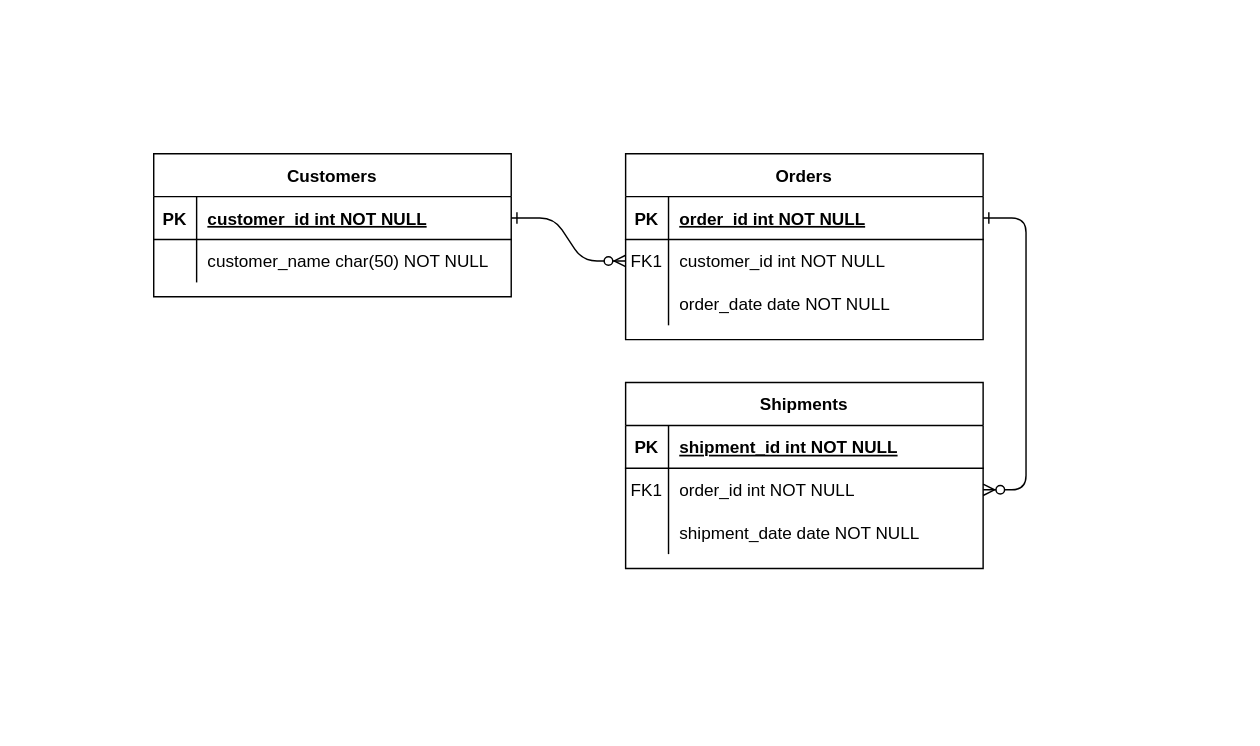
Before: database/migrations/Untitled Diagram.drawio in yashmali408/electro2-20-6-24, a draw.io diagram. Source tidied: cells renumbered, new cells numbered last; positions are measured from the earlier drawing's top-left corner, leaving out a move shared by most shapes. Both pictures are drawn from the tidied source at 143%, with x=0, y=0 at pixel (153, 153).
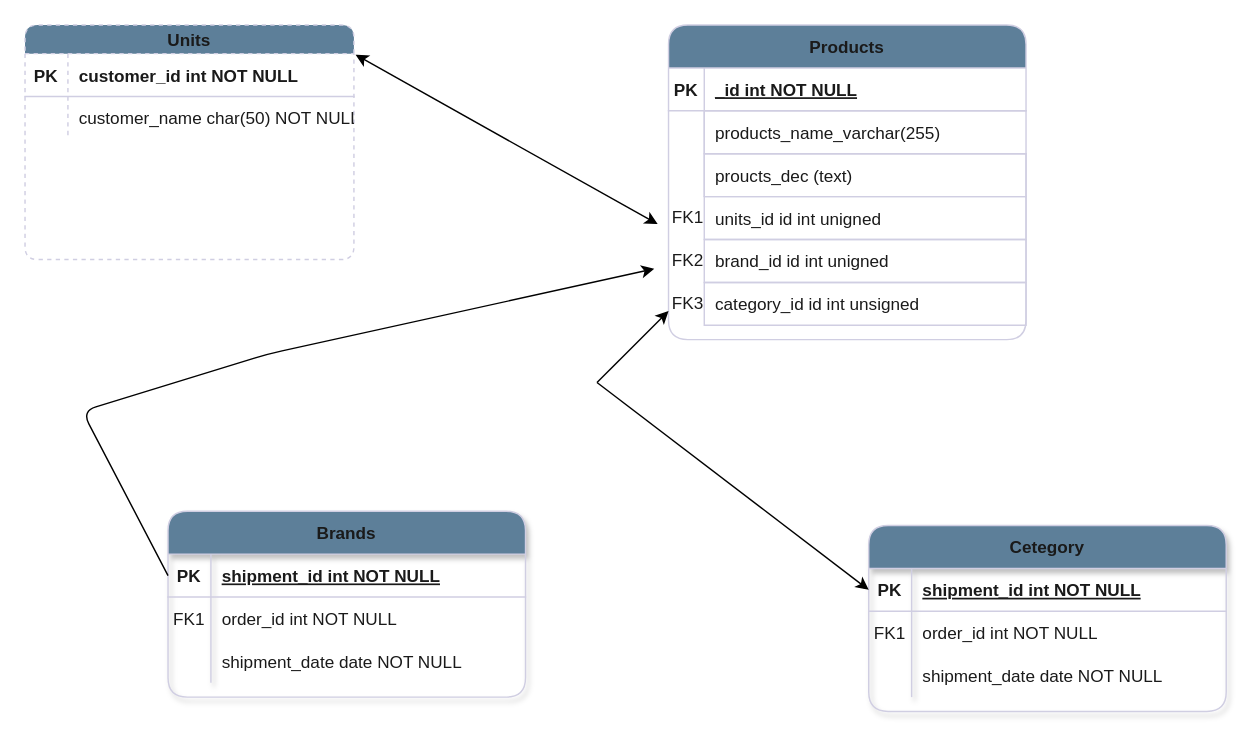
The same diagram, later.

Change to the diagram source:
```diff
@@
-    <mxCell id="2" style="edgeStyle=entityRelationEdgeStyle;endArrow=ERzeroToMany;startArrow=ERone;endFill=1;startFill=0;" parent="1" edge="1" source="25" target="8">
-      <mxGeometry relative="1" as="geometry" />
-    </mxCell>
-    <mxCell id="3" style="edgeStyle=entityRelationEdgeStyle;endArrow=ERzeroToMany;startArrow=ERone;endFill=1;startFill=0;" parent="1" edge="1" source="5" target="18">
-      <mxGeometry relative="1" as="geometry" />
-    </mxCell>
-    <mxCell id="4" value="Orders" style="shape=table;startSize=30;childLayout=tableLayout;rowLines=0;fontStyle=1;align=center;" parent="1" vertex="1">
-      <mxGeometry x="330" width="250" height="130" as="geometry" />
+    <mxCell id="4" value="Products" style="shape=table;startSize=30;childLayout=tableLayout;rowLines=0;fontStyle=1;align=center;labelBackgroundColor=none;fillColor=#5D7F99;strokeColor=#D0CEE2;fontColor=#1A1A1A;rounded=1;" parent="1" vertex="1">
+      <mxGeometry x="360" y="-90" width="250" height="220" as="geometry" />
     </mxCell>
-    <mxCell id="5" style="shape=partialRectangle;fillColor=none;points=[[0,0.5],[1,0.5]];portConstraint=eastwest;top=0;left=0;right=0;bottom=1;" parent="4" vertex="1">
+    <mxCell id="5" style="shape=partialRectangle;fillColor=none;points=[[0,0.5],[1,0.5]];portConstraint=eastwest;top=0;left=0;right=0;bottom=1;labelBackgroundColor=none;strokeColor=#D0CEE2;fontColor=#1A1A1A;rounded=1;" parent="4" vertex="1">
       <mxGeometry y="30" width="250" height="30" as="geometry" />
     </mxCell>
-    <mxCell id="6" value="PK" style="shape=partialRectangle;overflow=hidden;fillColor=none;top=0;left=0;bottom=0;right=0;fontStyle=1;" parent="5" vertex="1">
-      <mxGeometry width="30" height="30" as="geometry" />
+    <mxCell id="6" value="PK" style="shape=partialRectangle;overflow=hidden;fillColor=none;top=0;left=0;bottom=0;right=0;fontStyle=1;labelBackgroundColor=none;strokeColor=#D0CEE2;fontColor=#1A1A1A;rounded=1;" parent="5" vertex="1">
+      <mxGeometry width="25" height="30" as="geometry" />
     </mxCell>
-    <mxCell id="7" value="order_id int NOT NULL " style="shape=partialRectangle;overflow=hidden;fillColor=none;top=0;left=0;bottom=0;right=0;align=left;spacingLeft=6;fontStyle=5;" parent="5" vertex="1">
-      <mxGeometry x="30" width="220" height="30" as="geometry" />
+    <mxCell id="7" value="_id int NOT NULL " style="shape=partialRectangle;overflow=hidden;fillColor=none;top=0;left=0;bottom=0;right=0;align=left;spacingLeft=6;fontStyle=5;labelBackgroundColor=none;strokeColor=#D0CEE2;fontColor=#1A1A1A;rounded=1;" parent="5" vertex="1">
+      <mxGeometry x="25" width="225" height="30" as="geometry" />
     </mxCell>
-    <mxCell id="8" style="shape=partialRectangle;fillColor=none;points=[[0,0.5],[1,0.5]];portConstraint=eastwest;top=0;left=0;right=0;bottom=0;" parent="4" vertex="1">
+    <mxCell id="8" style="shape=partialRectangle;fillColor=none;points=[[0,0.5],[1,0.5]];portConstraint=eastwest;top=0;left=0;right=0;bottom=0;labelBackgroundColor=none;strokeColor=#D0CEE2;fontColor=#1A1A1A;rounded=1;" parent="4" vertex="1">
       <mxGeometry y="60" width="250" height="30" as="geometry" />
     </mxCell>
-    <mxCell id="9" value="FK1" style="shape=partialRectangle;overflow=hidden;fillColor=none;top=0;left=0;bottom=0;right=0;" parent="8" vertex="1">
-      <mxGeometry width="30" height="30" as="geometry" />
+    <mxCell id="9" style="shape=partialRectangle;overflow=hidden;fillColor=none;top=0;left=0;bottom=0;right=0;labelBackgroundColor=none;strokeColor=#D0CEE2;fontColor=#1A1A1A;rounded=1;" parent="8" vertex="1">
+      <mxGeometry width="25" height="30" as="geometry" />
     </mxCell>
-    <mxCell id="10" value="customer_id int NOT NULL" style="shape=partialRectangle;overflow=hidden;fillColor=none;top=0;left=0;bottom=0;right=0;align=left;spacingLeft=6;" parent="8" vertex="1">
-      <mxGeometry x="30" width="220" height="30" as="geometry" />
+    <mxCell id="10" value="products_name_varchar(255)" style="shape=partialRectangle;overflow=hidden;fillColor=none;top=1;left=1;bottom=1;right=0;align=left;spacingLeft=6;labelBackgroundColor=none;strokeColor=#D0CEE2;fontColor=#1A1A1A;rounded=1;" parent="8" vertex="1">
+      <mxGeometry x="25" width="225" height="30" as="geometry" />
     </mxCell>
-    <mxCell id="11" style="shape=partialRectangle;fillColor=none;top=0;left=0;right=0;bottom=0;" parent="4" vertex="1">
+    <mxCell id="11" style="shape=partialRectangle;fillColor=none;top=0;left=0;right=0;bottom=0;labelBackgroundColor=none;strokeColor=#D0CEE2;fontColor=#1A1A1A;rounded=1;" parent="4" vertex="1">
       <mxGeometry y="90" width="250" height="30" as="geometry" />
     </mxCell>
-    <mxCell id="12" style="shape=partialRectangle;overflow=hidden;fillColor=none;top=0;left=0;bottom=0;right=0;" parent="11" vertex="1">
-      <mxGeometry width="30" height="30" as="geometry" />
+    <mxCell id="12" style="shape=partialRectangle;overflow=hidden;fillColor=none;top=0;left=0;bottom=0;right=0;labelBackgroundColor=none;strokeColor=#D0CEE2;fontColor=#1A1A1A;rounded=1;" parent="11" vertex="1">
+      <mxGeometry width="25" height="30" as="geometry" />
     </mxCell>
-    <mxCell id="13" value="order_date date NOT NULL" style="shape=partialRectangle;overflow=hidden;fillColor=none;top=0;left=0;bottom=0;right=0;align=left;spacingLeft=6;" parent="11" vertex="1">
-      <mxGeometry x="30" width="220" height="30" as="geometry" />
+    <mxCell id="13" value="proucts_dec (text)" style="shape=partialRectangle;overflow=hidden;fillColor=none;top=1;left=1;bottom=1;right=1;align=left;spacingLeft=6;labelBackgroundColor=none;labelBorderColor=none;textShadow=0;strokeColor=#D0CEE2;fontColor=#1A1A1A;rounded=1;" parent="11" vertex="1">
+      <mxGeometry x="25" width="225" height="30" as="geometry" />
     </mxCell>
+    <mxCell id="24" value="Units" style="shape=table;startSize=20;childLayout=tableLayout;rowLines=0;fontStyle=1;align=center;labelBackgroundColor=none;fillColor=#5D7F99;strokeColor=#D0CEE2;fontColor=#1A1A1A;dashed=1;rounded=1;" parent="1" vertex="1">
+      <mxGeometry x="-90" y="-90" width="230" height="164" as="geometry" />
+    </mxCell>
+    <mxCell id="25" style="shape=partialRectangle;fillColor=none;points=[[0,0.5],[1,0.5]];portConstraint=eastwest;top=0;left=0;right=0;bottom=1;fontStyle=0;labelBackgroundColor=none;strokeColor=#D0CEE2;fontColor=#1A1A1A;rounded=1;" parent="24" vertex="1">
+      <mxGeometry y="20" width="230" height="30" as="geometry" />
+    </mxCell>
+    <mxCell id="26" value="PK" style="shape=partialRectangle;overflow=hidden;fillColor=none;top=0;left=0;bottom=0;right=0;fontStyle=1;labelBackgroundColor=none;strokeColor=#D0CEE2;fontColor=#1A1A1A;rounded=1;" parent="25" vertex="1">
+      <mxGeometry width="30" height="30" as="geometry" />
+    </mxCell>
+    <mxCell id="27" value="customer_id int NOT NULL " style="shape=partialRectangle;overflow=hidden;fillColor=none;top=0;left=0;bottom=0;right=0;align=left;spacingLeft=6;fontStyle=1;labelBackgroundColor=none;strokeColor=#D0CEE2;fontColor=#1A1A1A;rounded=1;" parent="25" vertex="1">
+      <mxGeometry x="30" width="200" height="30" as="geometry" />
+    </mxCell>
+    <mxCell id="28" style="shape=partialRectangle;fillColor=none;top=0;left=0;right=0;bottom=0;fontStyle=0;labelBackgroundColor=none;strokeColor=#D0CEE2;fontColor=#1A1A1A;rounded=1;" parent="24" vertex="1">
+      <mxGeometry y="50" width="230" height="30" as="geometry" />
+    </mxCell>
+    <mxCell id="29" style="shape=partialRectangle;overflow=hidden;fillColor=none;top=0;left=0;bottom=0;right=0;fontStyle=0;labelBackgroundColor=none;strokeColor=#D0CEE2;fontColor=#1A1A1A;rounded=1;" parent="28" vertex="1">
+      <mxGeometry width="30" height="30" as="geometry" />
+    </mxCell>
+    <mxCell id="30" value="customer_name char(50) NOT NULL" style="shape=partialRectangle;overflow=hidden;fillColor=none;top=0;left=0;bottom=0;right=0;align=left;spacingLeft=6;fontStyle=0;labelBackgroundColor=none;strokeColor=#D0CEE2;fontColor=#1A1A1A;rounded=1;" parent="28" vertex="1">
+      <mxGeometry x="30" width="200" height="30" as="geometry" />
+    </mxCell>
-    <mxCell id="14" value="Shipments" style="shape=table;startSize=30;childLayout=tableLayout;rowLines=0;fontStyle=1;align=center;" parent="1" vertex="1">
-      <mxGeometry x="330" y="160" width="250" height="130" as="geometry" />
+    <mxCell id="14" value="Cetegory" style="shape=table;startSize=30;childLayout=tableLayout;rowLines=0;fontStyle=1;align=center;shadow=1;labelBackgroundColor=none;fillColor=#5D7F99;strokeColor=#D0CEE2;fontColor=#1A1A1A;rounded=1;" parent="1" vertex="1">
+      <mxGeometry x="500" y="260" width="250" height="130" as="geometry" />
     </mxCell>
-    <mxCell id="15" style="shape=partialRectangle;fillColor=none;points=[[0,0.5],[1,0.5]];portConstraint=eastwest;top=0;left=0;right=0;bottom=1;" parent="14" vertex="1">
+    <mxCell id="15" style="shape=partialRectangle;fillColor=none;points=[[0,0.5],[1,0.5]];portConstraint=eastwest;top=0;left=0;right=0;bottom=1;labelBackgroundColor=none;strokeColor=#D0CEE2;fontColor=#1A1A1A;rounded=1;" parent="14" vertex="1">
       <mxGeometry y="30" width="250" height="30" as="geometry" />
     </mxCell>
-    <mxCell id="16" value="PK" style="shape=partialRectangle;overflow=hidden;fillColor=none;top=0;left=0;bottom=0;right=0;fontStyle=1;" parent="15" vertex="1">
+    <mxCell id="16" value="PK" style="shape=partialRectangle;overflow=hidden;fillColor=none;top=0;left=0;bottom=0;right=0;fontStyle=1;labelBackgroundColor=none;strokeColor=#D0CEE2;fontColor=#1A1A1A;rounded=1;" parent="15" vertex="1">
       <mxGeometry width="30" height="30" as="geometry" />
     </mxCell>
-    <mxCell id="17" value="shipment_id int NOT NULL " style="shape=partialRectangle;overflow=hidden;fillColor=none;top=0;left=0;bottom=0;right=0;align=left;spacingLeft=6;fontStyle=5;" parent="15" vertex="1">
+    <mxCell id="17" value="shipment_id int NOT NULL " style="shape=partialRectangle;overflow=hidden;fillColor=none;top=0;left=0;bottom=0;right=0;align=left;spacingLeft=6;fontStyle=5;labelBackgroundColor=none;strokeColor=#D0CEE2;fontColor=#1A1A1A;rounded=1;" parent="15" vertex="1">
       <mxGeometry x="30" width="220" height="30" as="geometry" />
     </mxCell>
-    <mxCell id="18" style="shape=partialRectangle;fillColor=none;points=[[0,0.5],[1,0.5]];portConstraint=eastwest;top=0;left=0;right=0;bottom=0;" parent="14" vertex="1">
+    <mxCell id="18" style="shape=partialRectangle;fillColor=none;points=[[0,0.5],[1,0.5]];portConstraint=eastwest;top=0;left=0;right=0;bottom=0;labelBackgroundColor=none;strokeColor=#D0CEE2;fontColor=#1A1A1A;rounded=1;" parent="14" vertex="1">
       <mxGeometry y="60" width="250" height="30" as="geometry" />
     </mxCell>
-    <mxCell id="19" value="FK1" style="shape=partialRectangle;overflow=hidden;fillColor=none;top=0;left=0;bottom=0;right=0;" parent="18" vertex="1">
+    <mxCell id="19" value="FK1" style="shape=partialRectangle;overflow=hidden;fillColor=none;top=0;left=0;bottom=0;right=0;labelBackgroundColor=none;strokeColor=#D0CEE2;fontColor=#1A1A1A;rounded=1;" parent="18" vertex="1">
       <mxGeometry width="30" height="30" as="geometry" />
     </mxCell>
-    <mxCell id="20" value="order_id int NOT NULL" style="shape=partialRectangle;overflow=hidden;fillColor=none;top=0;left=0;bottom=0;right=0;align=left;spacingLeft=6;" parent="18" vertex="1">
+    <mxCell id="20" value="order_id int NOT NULL" style="shape=partialRectangle;overflow=hidden;fillColor=none;top=0;left=0;bottom=0;right=0;align=left;spacingLeft=6;labelBackgroundColor=none;strokeColor=#D0CEE2;fontColor=#1A1A1A;rounded=1;" parent="18" vertex="1">
       <mxGeometry x="30" width="220" height="30" as="geometry" />
     </mxCell>
-    <mxCell id="21" style="shape=partialRectangle;fillColor=none;top=0;left=0;right=0;bottom=0;" parent="14" vertex="1">
+    <mxCell id="21" style="shape=partialRectangle;fillColor=none;top=0;left=0;right=0;bottom=0;labelBackgroundColor=none;strokeColor=#D0CEE2;fontColor=#1A1A1A;rounded=1;" parent="14" vertex="1">
       <mxGeometry y="90" width="250" height="30" as="geometry" />
     </mxCell>
-    <mxCell id="22" style="shape=partialRectangle;overflow=hidden;fillColor=none;top=0;left=0;bottom=0;right=0;" parent="21" vertex="1">
+    <mxCell id="22" style="shape=partialRectangle;overflow=hidden;fillColor=none;top=0;left=0;bottom=0;right=0;labelBackgroundColor=none;strokeColor=#D0CEE2;fontColor=#1A1A1A;rounded=1;" parent="21" vertex="1">
       <mxGeometry width="30" height="30" as="geometry" />
     </mxCell>
-    <mxCell id="23" value="shipment_date date NOT NULL" style="shape=partialRectangle;overflow=hidden;fillColor=none;top=0;left=0;bottom=0;right=0;align=left;spacingLeft=6;" parent="21" vertex="1">
+    <mxCell id="23" value="shipment_date date NOT NULL" style="shape=partialRectangle;overflow=hidden;fillColor=none;top=0;left=0;bottom=0;right=0;align=left;spacingLeft=6;labelBackgroundColor=none;strokeColor=#D0CEE2;fontColor=#1A1A1A;rounded=1;" parent="21" vertex="1">
       <mxGeometry x="30" width="220" height="30" as="geometry" />
     </mxCell>
-    <mxCell id="24" value="Customers" style="shape=table;startSize=30;childLayout=tableLayout;rowLines=0;fontStyle=1;align=center;" parent="1" vertex="1">
-      <mxGeometry width="250" height="100" as="geometry" />
-    </mxCell>
-    <mxCell id="25" style="shape=partialRectangle;fillColor=none;points=[[0,0.5],[1,0.5]];portConstraint=eastwest;top=0;left=0;right=0;bottom=1;" parent="24" vertex="1">
-      <mxGeometry y="30" width="250" height="30" as="geometry" />
-    </mxCell>
-    <mxCell id="26" value="PK" style="shape=partialRectangle;overflow=hidden;fillColor=none;top=0;left=0;bottom=0;right=0;fontStyle=1;" parent="25" vertex="1">
-      <mxGeometry width="30" height="30" as="geometry" />
-    </mxCell>
-    <mxCell id="27" value="customer_id int NOT NULL " style="shape=partialRectangle;overflow=hidden;fillColor=none;top=0;left=0;bottom=0;right=0;align=left;spacingLeft=6;fontStyle=5;" parent="25" vertex="1">
-      <mxGeometry x="30" width="220" height="30" as="geometry" />
-    </mxCell>
-    <mxCell id="28" style="shape=partialRectangle;fillColor=none;top=0;left=0;right=0;bottom=0;" parent="24" vertex="1">
-      <mxGeometry y="60" width="250" height="30" as="geometry" />
-    </mxCell>
-    <mxCell id="29" style="shape=partialRectangle;overflow=hidden;fillColor=none;top=0;left=0;bottom=0;right=0;" parent="28" vertex="1">
-      <mxGeometry width="30" height="30" as="geometry" />
-    </mxCell>
-    <mxCell id="30" value="customer_name char(50) NOT NULL" style="shape=partialRectangle;overflow=hidden;fillColor=none;top=0;left=0;bottom=0;right=0;align=left;spacingLeft=6;" parent="28" vertex="1">
-      <mxGeometry x="30" width="220" height="30" as="geometry" />
-    </mxCell>
+    <mxCell id="31" style="shape=partialRectangle;overflow=hidden;fillColor=none;top=0;left=0;bottom=0;right=0;align=left;spacingLeft=6;labelBackgroundColor=none;strokeColor=#D0CEE2;fontColor=#1A1A1A;rounded=1;" parent="1" vertex="1">
+      <mxGeometry x="100" y="160" width="220" height="30" as="geometry" />
+    </mxCell>
+    <mxCell id="32" value="Brands" style="shape=table;startSize=30;childLayout=tableLayout;rowLines=0;fontStyle=1;align=center;shadow=1;labelBackgroundColor=none;fillColor=#5D7F99;strokeColor=#D0CEE2;fontColor=#1A1A1A;rounded=1;" parent="1" vertex="1">
+      <mxGeometry x="10" y="250" width="250" height="130" as="geometry" />
+    </mxCell>
+    <mxCell id="33" style="shape=partialRectangle;fillColor=none;points=[[0,0.5],[1,0.5]];portConstraint=eastwest;top=0;left=0;right=0;bottom=1;labelBackgroundColor=none;strokeColor=#D0CEE2;fontColor=#1A1A1A;rounded=1;" parent="32" vertex="1">
+      <mxGeometry y="30" width="250" height="30" as="geometry" />
+    </mxCell>
+    <mxCell id="34" value="PK" style="shape=partialRectangle;overflow=hidden;fillColor=none;top=0;left=0;bottom=0;right=0;fontStyle=1;labelBackgroundColor=none;strokeColor=#D0CEE2;fontColor=#1A1A1A;rounded=1;" parent="33" vertex="1">
+      <mxGeometry width="30" height="30" as="geometry" />
+    </mxCell>
+    <mxCell id="35" value="shipment_id int NOT NULL " style="shape=partialRectangle;overflow=hidden;fillColor=none;top=0;left=0;bottom=0;right=0;align=left;spacingLeft=6;fontStyle=5;labelBackgroundColor=none;strokeColor=#D0CEE2;fontColor=#1A1A1A;rounded=1;" parent="33" vertex="1">
+      <mxGeometry x="30" width="220" height="30" as="geometry" />
+    </mxCell>
+    <mxCell id="36" style="shape=partialRectangle;fillColor=none;top=0;left=0;right=0;bottom=0;labelBackgroundColor=none;strokeColor=#D0CEE2;fontColor=#1A1A1A;rounded=1;" parent="32" vertex="1">
+      <mxGeometry y="60" width="250" height="30" as="geometry" />
+    </mxCell>
+    <mxCell id="37" value="FK1" style="shape=partialRectangle;overflow=hidden;fillColor=none;top=0;left=0;bottom=0;right=0;labelBackgroundColor=none;strokeColor=#D0CEE2;fontColor=#1A1A1A;rounded=1;" parent="36" vertex="1">
+      <mxGeometry width="30" height="30" as="geometry" />
+    </mxCell>
+    <mxCell id="38" value="order_id int NOT NULL" style="shape=partialRectangle;overflow=hidden;fillColor=none;top=0;left=0;bottom=0;right=0;align=left;spacingLeft=6;labelBackgroundColor=none;strokeColor=#D0CEE2;fontColor=#1A1A1A;rounded=1;" parent="36" vertex="1">
+      <mxGeometry x="30" width="220" height="30" as="geometry" />
+    </mxCell>
+    <mxCell id="39" style="shape=partialRectangle;fillColor=none;top=0;left=0;right=0;bottom=0;labelBackgroundColor=none;strokeColor=#D0CEE2;fontColor=#1A1A1A;rounded=1;" parent="32" vertex="1">
+      <mxGeometry y="90" width="250" height="30" as="geometry" />
+    </mxCell>
+    <mxCell id="40" style="shape=partialRectangle;overflow=hidden;fillColor=none;top=0;left=0;bottom=0;right=0;labelBackgroundColor=none;strokeColor=#D0CEE2;fontColor=#1A1A1A;rounded=1;" parent="39" vertex="1">
+      <mxGeometry width="30" height="30" as="geometry" />
+    </mxCell>
+    <mxCell id="41" value="shipment_date date NOT NULL" style="shape=partialRectangle;overflow=hidden;fillColor=none;top=0;left=0;bottom=0;right=0;align=left;spacingLeft=6;labelBackgroundColor=none;strokeColor=#D0CEE2;fontColor=#1A1A1A;rounded=1;" parent="39" vertex="1">
+      <mxGeometry x="30" width="220" height="30" as="geometry" />
+    </mxCell>
+    <mxCell id="42" value="units_id id int unigned" style="shape=partialRectangle;overflow=hidden;fillColor=none;top=1;left=1;bottom=1;right=1;align=left;spacingLeft=6;labelBackgroundColor=none;strokeColor=#D0CEE2;fontColor=#1A1A1A;rounded=1;" parent="1" vertex="1">
+      <mxGeometry x="385" y="30" width="225" height="30" as="geometry" />
+    </mxCell>
+    <mxCell id="43" value="brand_id id int unigned" style="shape=partialRectangle;overflow=hidden;fillColor=none;top=1;left=1;bottom=1;right=1;align=left;spacingLeft=6;labelBackgroundColor=none;strokeColor=#D0CEE2;fontColor=#1A1A1A;rounded=1;" parent="1" vertex="1">
+      <mxGeometry x="385" y="60" width="225" height="30" as="geometry" />
+    </mxCell>
+    <mxCell id="44" value="category_id id int unsigned" style="shape=partialRectangle;overflow=hidden;fillColor=none;top=1;left=1;bottom=1;right=1;align=left;spacingLeft=6;labelBackgroundColor=none;strokeColor=#D0CEE2;fontColor=#1A1A1A;rounded=1;" parent="1" vertex="1">
+      <mxGeometry x="385" y="90" width="225" height="30" as="geometry" />
+    </mxCell>
+    <mxCell id="45" value="FK1&amp;nbsp;" style="text;html=1;align=center;verticalAlign=middle;points=[];strokeColor=none;fillColor=none;absoluteArcSize=0;imageAspect=1;noLabel=0;portConstraintRotation=0;fixDash=0;comic=0;enumerate=0;labelBackgroundColor=none;fontColor=#1A1A1A;rounded=1;" parent="1" vertex="1">
+      <mxGeometry x="350" y="30" width="50" height="30" as="geometry" />
+    </mxCell>
+    <mxCell id="46" value="FK2&amp;nbsp;" style="text;html=1;align=center;verticalAlign=middle;points=[];strokeColor=none;fillColor=none;labelBackgroundColor=none;fontColor=#1A1A1A;rounded=1;" parent="1" vertex="1">
+      <mxGeometry x="350" y="60" width="50" height="30" as="geometry" />
+    </mxCell>
+    <mxCell id="47" value="FK3&amp;nbsp;" style="text;html=1;align=center;verticalAlign=middle;strokeColor=none;fillColor=none;labelBackgroundColor=none;fontColor=#1A1A1A;rounded=1;" parent="1" vertex="1">
+      <mxGeometry x="350" y="90" width="50" height="30" as="geometry" />
+    </mxCell>
+    <mxCell id="48" style="endArrow=classic;startArrow=classic;html=1;rounded=1;entryX=0.048;entryY=0.64;entryDx=0;entryDy=0;entryPerimeter=0;exitX=1.005;exitY=0.027;exitDx=0;exitDy=0;exitPerimeter=0;" parent="1" edge="1" source="25" target="45">
+      <mxGeometry relative="1" as="geometry" />
+    </mxCell>
+    <mxCell id="49" style="endArrow=classic;html=1;rounded=1;" parent="1" edge="1">
+      <mxGeometry relative="1" as="geometry">
+        <mxPoint x="310" y="160" as="sourcePoint" />
+        <mxPoint x="360" y="110" as="targetPoint" />
+      </mxGeometry>
+    </mxCell>
+    <mxCell id="50" style="endArrow=classic;html=1;rounded=1;entryX=0;entryY=0.5;entryDx=0;entryDy=0;" parent="1" edge="1" target="15">
+      <mxGeometry relative="1" as="geometry">
+        <mxPoint x="310" y="160" as="sourcePoint" />
+      </mxGeometry>
+    </mxCell>
+    <mxCell id="51" style="endArrow=classic;html=1;rounded=1;exitX=0;exitY=0.5;exitDx=0;exitDy=0;" parent="1" edge="1" source="33" target="46">
+      <mxGeometry relative="1" as="geometry">
+        <Array as="points">
+          <mxPoint x="-50" y="180" />
+          <mxPoint x="80" y="140" />
+        </Array>
+      </mxGeometry>
+    </mxCell>
```
